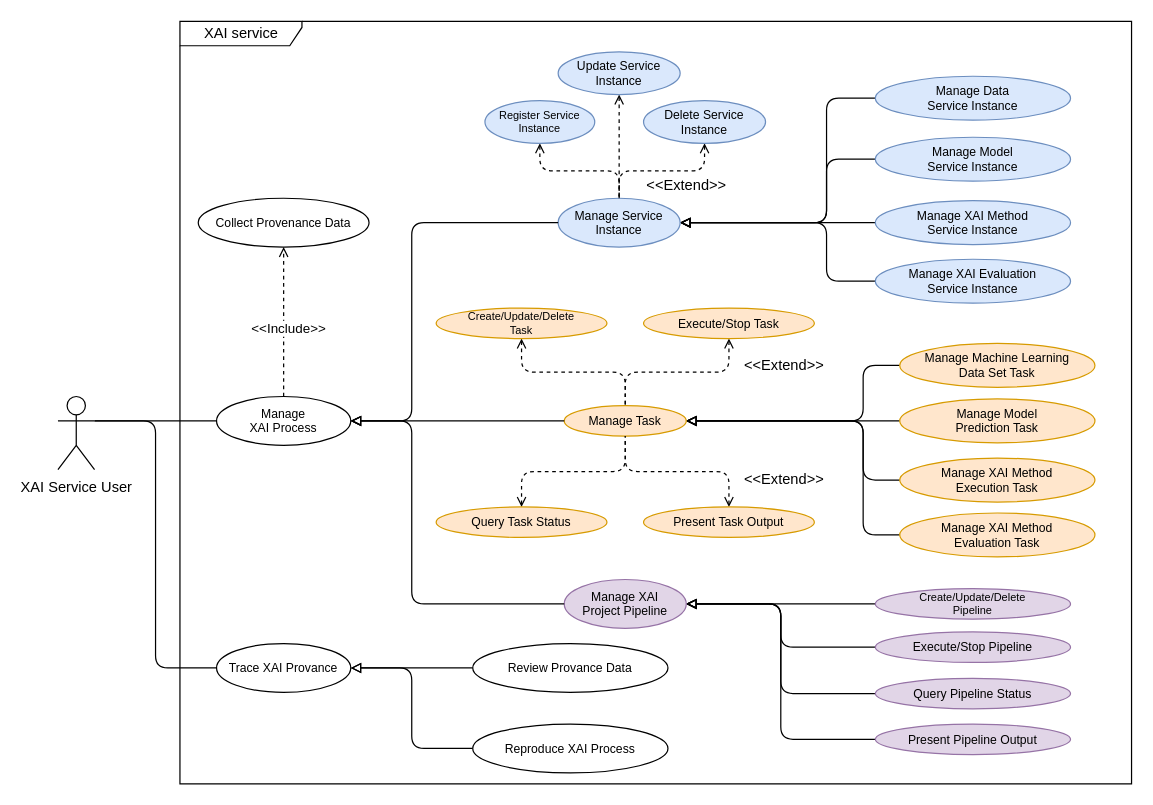
This is page "use case" (2 of 14) of Documents/Diagrams.drawio from ZeruiW/XAI-Service, a draw.io file, before an edit. Source tidied: cells renumbered, new cells numbered last; positions are measured from the earlier drawing's top-left corner, leaving out a move shared by most shapes. Both pictures are drawn from the tidied source at 122%, with x=0, y=0 at pixel (57, 21).
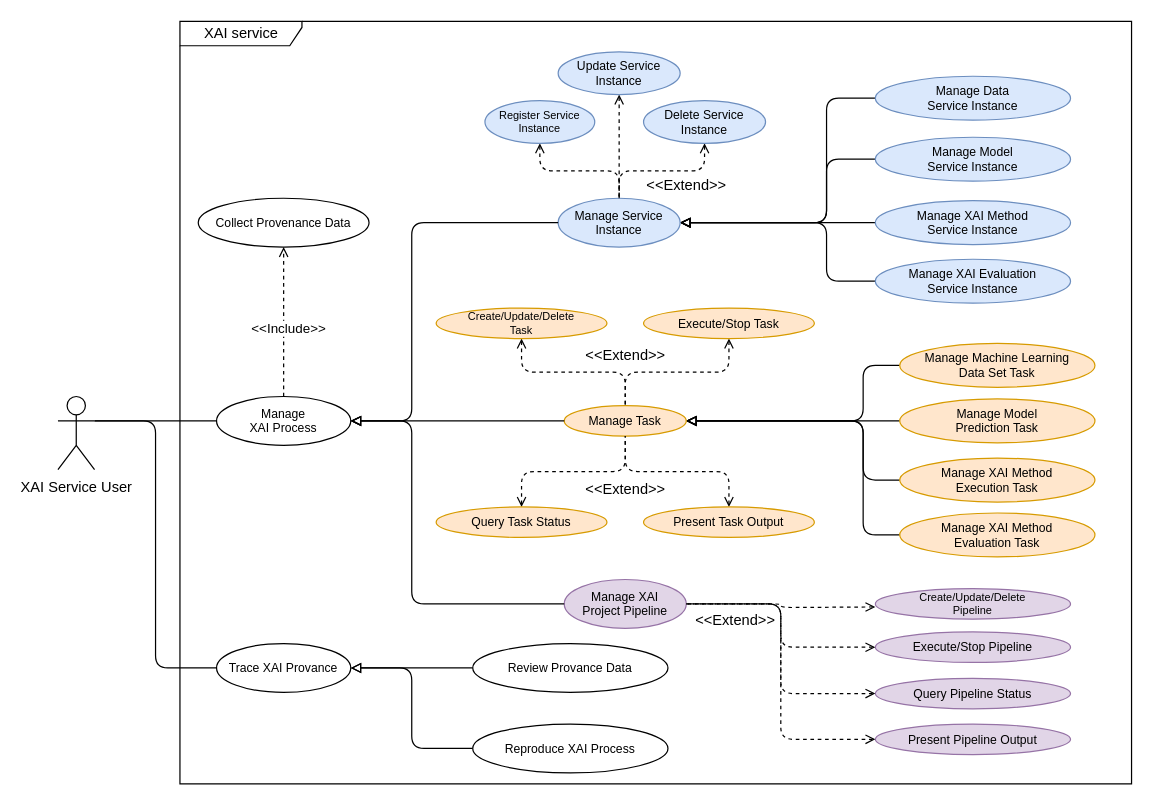
Above is the later version.

Unchanged cells that the change refers to:
```xml
<mxCell id="37" value="Manage XAI &#10;Project Pipeline" style="ellipse;spacing=0;fontSize=10;fillColor=#e1d5e7;strokeColor=#9673a6;" parent="1" vertex="1">
  <mxGeometry x="415" y="457.5" width="100" height="40" as="geometry" />
</mxCell>
<mxCell id="38" value="Create/Update/Delete&#10;Pipeline" style="ellipse;spacing=0;fontSize=9;fillColor=#e1d5e7;strokeColor=#9673a6;" parent="1" vertex="1">
  <mxGeometry x="670" y="465" width="160" height="25" as="geometry" />
</mxCell>
<mxCell id="39" value="Execute/Stop Pipeline" style="ellipse;spacing=0;fontSize=10;fillColor=#e1d5e7;strokeColor=#9673a6;" parent="1" vertex="1">
  <mxGeometry x="670" y="500.5" width="160" height="25" as="geometry" />
</mxCell>
<mxCell id="40" value="Query Pipeline Status" style="ellipse;spacing=0;fontSize=10;fillColor=#e1d5e7;strokeColor=#9673a6;" parent="1" vertex="1">
  <mxGeometry x="670" y="538.5" width="160" height="25" as="geometry" />
</mxCell>
<mxCell id="41" value="Present Pipeline Output" style="ellipse;spacing=0;fontSize=10;fillColor=#e1d5e7;strokeColor=#9673a6;" parent="1" vertex="1">
  <mxGeometry x="670" y="576" width="160" height="25" as="geometry" />
</mxCell>
```

Change to the diagram source:
```diff
@@
-    <mxCell id="33" style="edgeStyle=orthogonalEdgeStyle;html=1;exitX=1;exitY=0.5;exitDx=0;exitDy=0;entryX=0;entryY=0.5;entryDx=0;entryDy=0;startArrow=block;startFill=0;endArrow=none;endFill=0;" parent="1" edge="1" source="37" target="41">
-      <mxGeometry relative="1" as="geometry" />
-    </mxCell>
-    <mxCell id="34" style="edgeStyle=orthogonalEdgeStyle;html=1;exitX=1;exitY=0.5;exitDx=0;exitDy=0;entryX=0;entryY=0.5;entryDx=0;entryDy=0;startArrow=block;startFill=0;endArrow=none;endFill=0;" parent="1" edge="1" source="37" target="38">
-      <mxGeometry relative="1" as="geometry" />
-    </mxCell>
-    <mxCell id="35" style="edgeStyle=orthogonalEdgeStyle;html=1;exitX=1;exitY=0.5;exitDx=0;exitDy=0;entryX=0;entryY=0.5;entryDx=0;entryDy=0;startArrow=block;startFill=0;endArrow=none;endFill=0;" parent="1" edge="1" source="37" target="39">
-      <mxGeometry relative="1" as="geometry" />
-    </mxCell>
-    <mxCell id="36" style="edgeStyle=orthogonalEdgeStyle;html=1;exitX=1;exitY=0.5;exitDx=0;exitDy=0;entryX=0;entryY=0.5;entryDx=0;entryDy=0;startArrow=block;startFill=0;endArrow=none;endFill=0;" parent="1" edge="1" source="37" target="40">
-      <mxGeometry relative="1" as="geometry" />
-    </mxCell>
@@
     <mxCell id="60" value="&amp;lt;&amp;lt;Extend&amp;gt;&amp;gt;" style="text;html=1;align=center;verticalAlign=middle;strokeColor=none;fillColor=none;" parent="1" vertex="1">
-      <mxGeometry x="555" y="366" width="80" height="20" as="geometry" />
+      <mxGeometry x="425" y="374" width="80" height="20" as="geometry" />
     </mxCell>
     <mxCell id="61" value="&amp;lt;&amp;lt;Extend&amp;gt;&amp;gt;" style="text;html=1;align=center;verticalAlign=middle;strokeColor=none;fillColor=none;" parent="1" vertex="1">
-      <mxGeometry x="555" y="272" width="80" height="20" as="geometry" />
+      <mxGeometry x="425" y="264" width="80" height="20" as="geometry" />
     </mxCell>
+    <mxCell id="62" style="edgeStyle=orthogonalEdgeStyle;html=1;exitX=0.5;exitY=1;exitDx=0;exitDy=0;entryX=1;entryY=0.5;entryDx=0;entryDy=0;dashed=1;startArrow=open;startFill=0;endArrow=none;endFill=0;" parent="1" edge="1" target="37">
+      <mxGeometry relative="1" as="geometry">
+        <mxPoint x="670" y="480" as="sourcePoint" />
+      </mxGeometry>
+    </mxCell>
+    <mxCell id="63" style="edgeStyle=orthogonalEdgeStyle;html=1;exitX=0;exitY=0.5;exitDx=0;exitDy=0;entryX=1;entryY=0.5;entryDx=0;entryDy=0;dashed=1;startArrow=open;startFill=0;endArrow=none;endFill=0;" parent="1" edge="1" source="39" target="37">
+      <mxGeometry relative="1" as="geometry" />
+    </mxCell>
+    <mxCell id="64" style="edgeStyle=orthogonalEdgeStyle;html=1;exitX=0;exitY=0.5;exitDx=0;exitDy=0;entryX=1;entryY=0.5;entryDx=0;entryDy=0;dashed=1;startArrow=open;startFill=0;endArrow=none;endFill=0;" parent="1" edge="1" source="40" target="37">
+      <mxGeometry relative="1" as="geometry" />
+    </mxCell>
+    <mxCell id="65" style="edgeStyle=orthogonalEdgeStyle;html=1;exitX=0;exitY=0.5;exitDx=0;exitDy=0;entryX=1;entryY=0.5;entryDx=0;entryDy=0;dashed=1;startArrow=open;startFill=0;endArrow=none;endFill=0;" parent="1" edge="1" source="41" target="37">
+      <mxGeometry relative="1" as="geometry" />
+    </mxCell>
+    <mxCell id="66" value="&amp;lt;&amp;lt;Extend&amp;gt;&amp;gt;" style="text;html=1;align=center;verticalAlign=middle;strokeColor=none;fillColor=none;" parent="1" vertex="1">
+      <mxGeometry x="515" y="480.5" width="80" height="20" as="geometry" />
+    </mxCell>
```
